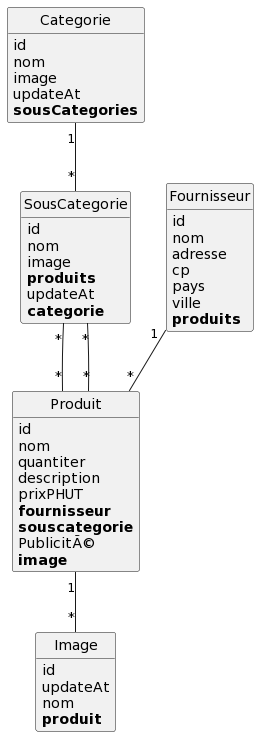
The PlantUML diagram ShopMaquette/puml/index.png in Gispsy/ShopMaquette, before a commit.
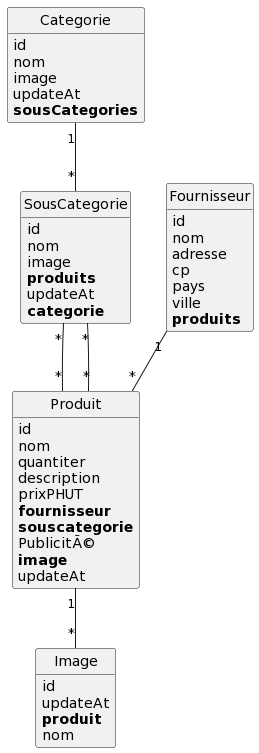
After the change.

Diff of the diagram source:
```diff
@@ -20,8 +20,8 @@
 class Image {
 	id
 	updateAt
+	**produit**
 	nom
-	**produit**
 }
 
 class Produit {
@@ -34,6 +34,7 @@
 	**souscategorie**
 	PublicitÃ©
 	**image**
+	updateAt
 }
 
 class SousCategorie {
```
